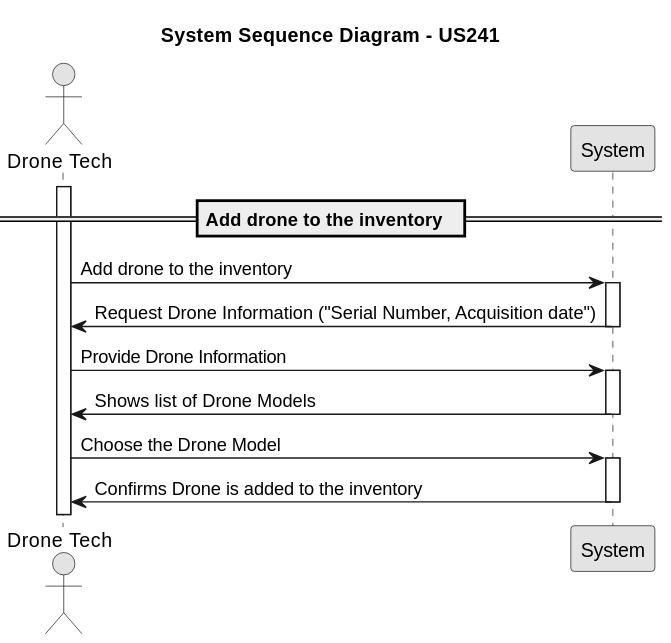
Earlier version of the PlantUML export docs/Sprint2/us_241/images/system-sequence-diagram-US241.svg (rubenFreitas1/ISEP-LAPR4-2024-2025).
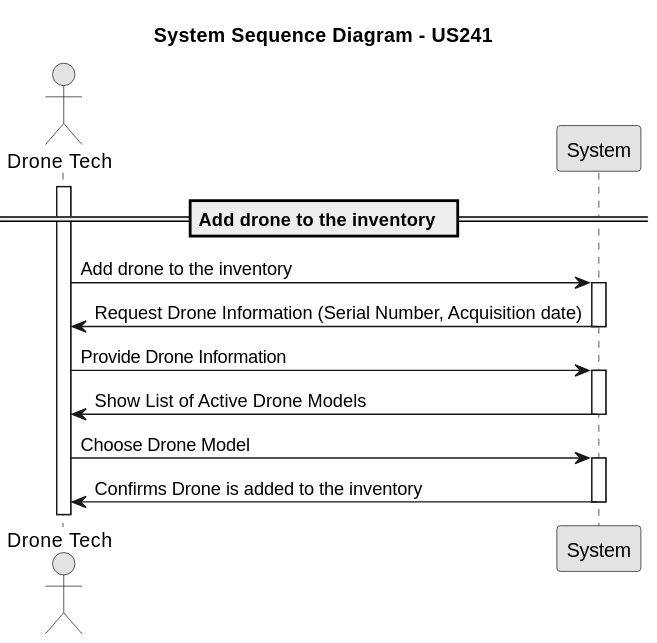
Later version of the same file.

What changed in the source:
```diff
@@ -14,16 +14,16 @@
 droneTech -> system : Add drone to the inventory
 activate system
 
-system -> droneTech : Request Drone Information ("Serial Number, Acquisition date")
+system -> droneTech : Request Drone Information (Serial Number, Acquisition date)
 deactivate system
 droneTech -> system : Provide Drone Information
 
 activate system
 
-system -> droneTech : Shows list of Drone Models
+system -> droneTech : Show List of Active Drone Models
 
 deactivate system
-droneTech -> system : Choose the Drone Model
+droneTech -> system : Choose Drone Model
 
 activate system
 
```
